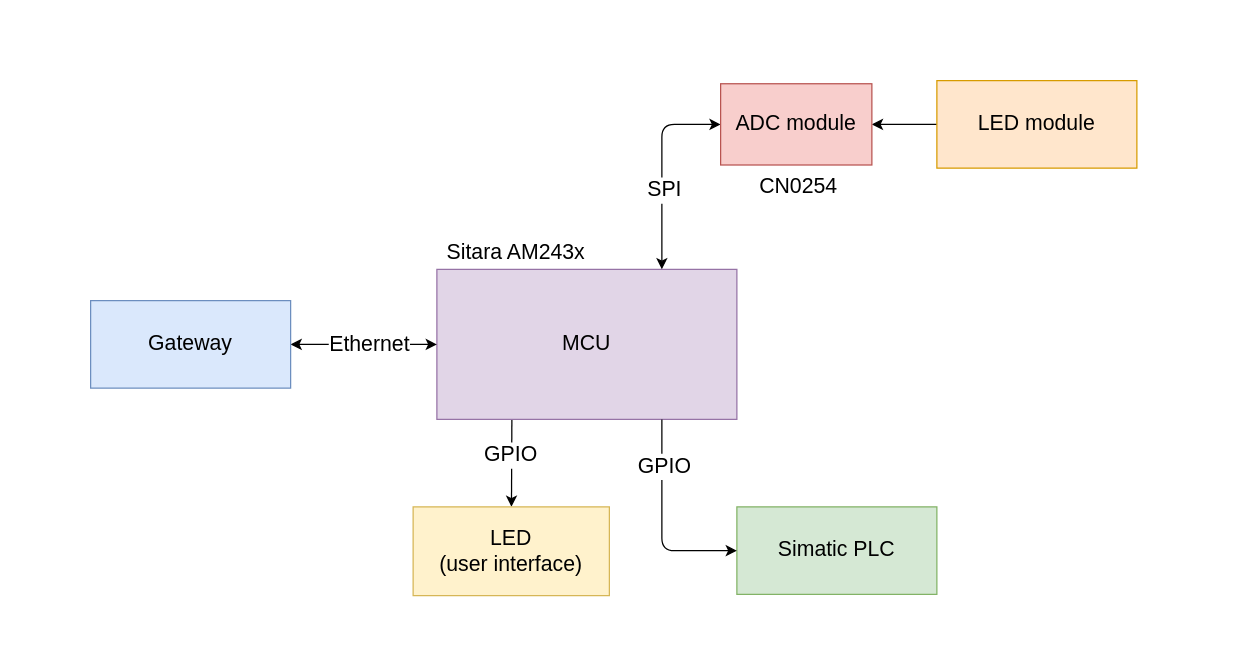
This is schematic/102-hw-design.drawio from petrkucerak/diplom-thesis, a draw.io file, before an edit. Source tidied: cells renumbered, new cells numbered last; positions are measured from the earlier drawing's top-left corner, leaving out a move shared by most shapes. Both pictures are drawn from the tidied source at 125%, with x=0, y=0 at pixel (90, 80).
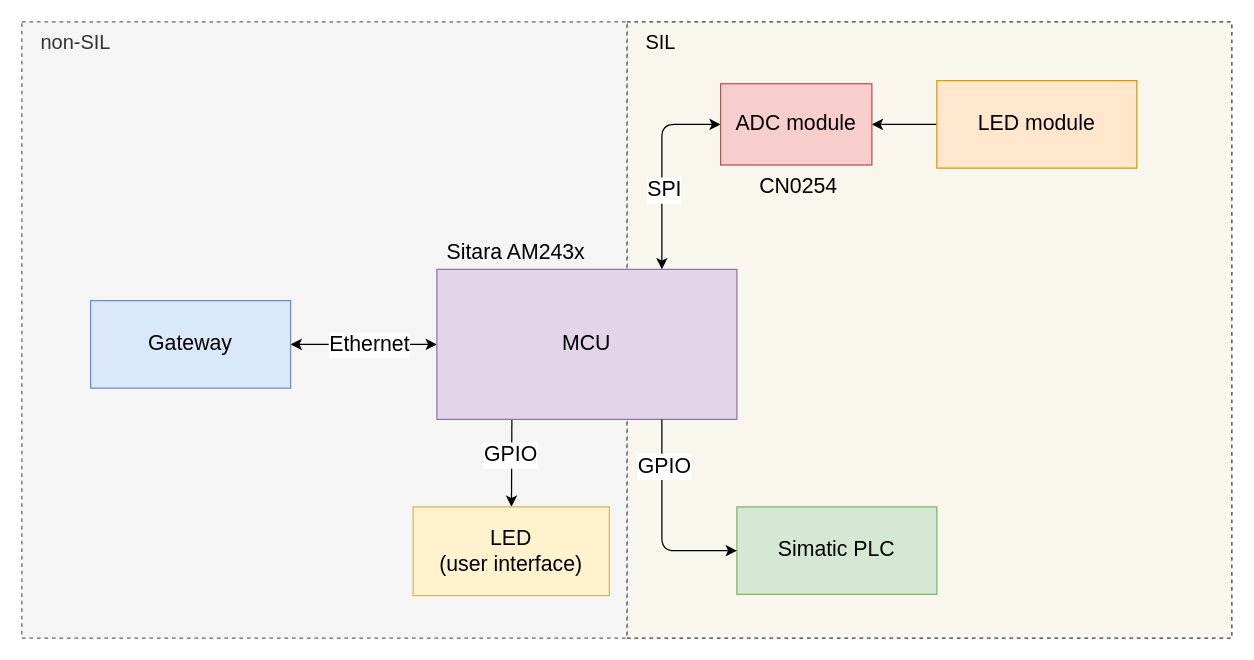
The same diagram, later.

What changed in the source:
```diff
@@
+    <mxCell id="19" value="&amp;nbsp; &amp;nbsp;SIL" style="rounded=0;whiteSpace=wrap;html=1;fillColor=#f9f7ed;strokeColor=#36393d;dashed=1;align=left;fontSize=16;verticalAlign=top;" parent="1" vertex="1">
+      <mxGeometry x="429" y="-47" width="484" height="493" as="geometry" />
+    </mxCell>
+    <mxCell id="20" value="&amp;nbsp; &amp;nbsp;non-SIL" style="rounded=0;whiteSpace=wrap;html=1;fillColor=#f5f5f5;fontColor=#333333;strokeColor=#666666;dashed=1;align=left;verticalAlign=top;fontSize=16;" parent="1" vertex="1">
+      <mxGeometry x="-55" y="-47" width="484" height="493" as="geometry" />
+    </mxCell>
```
